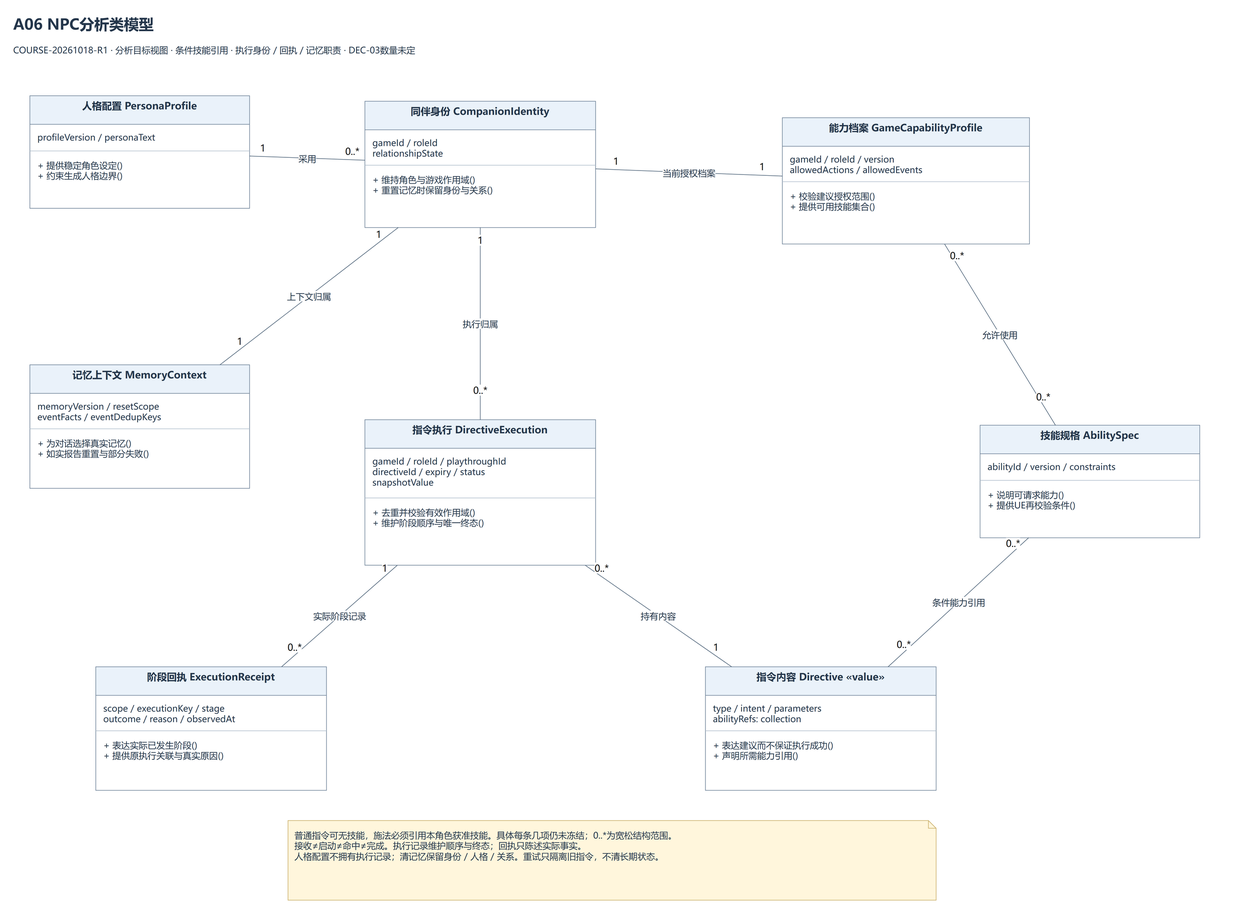
Above: Docs/UML/png/06_NPCAnalysisClasses.drawio.png in YYchainsAw/AesirWarden (draw.io), before the change. Source tidied: cells renumbered, new cells last; positions are measured from the earlier drawing's top-left corner, leaving out a move shared by most shapes.
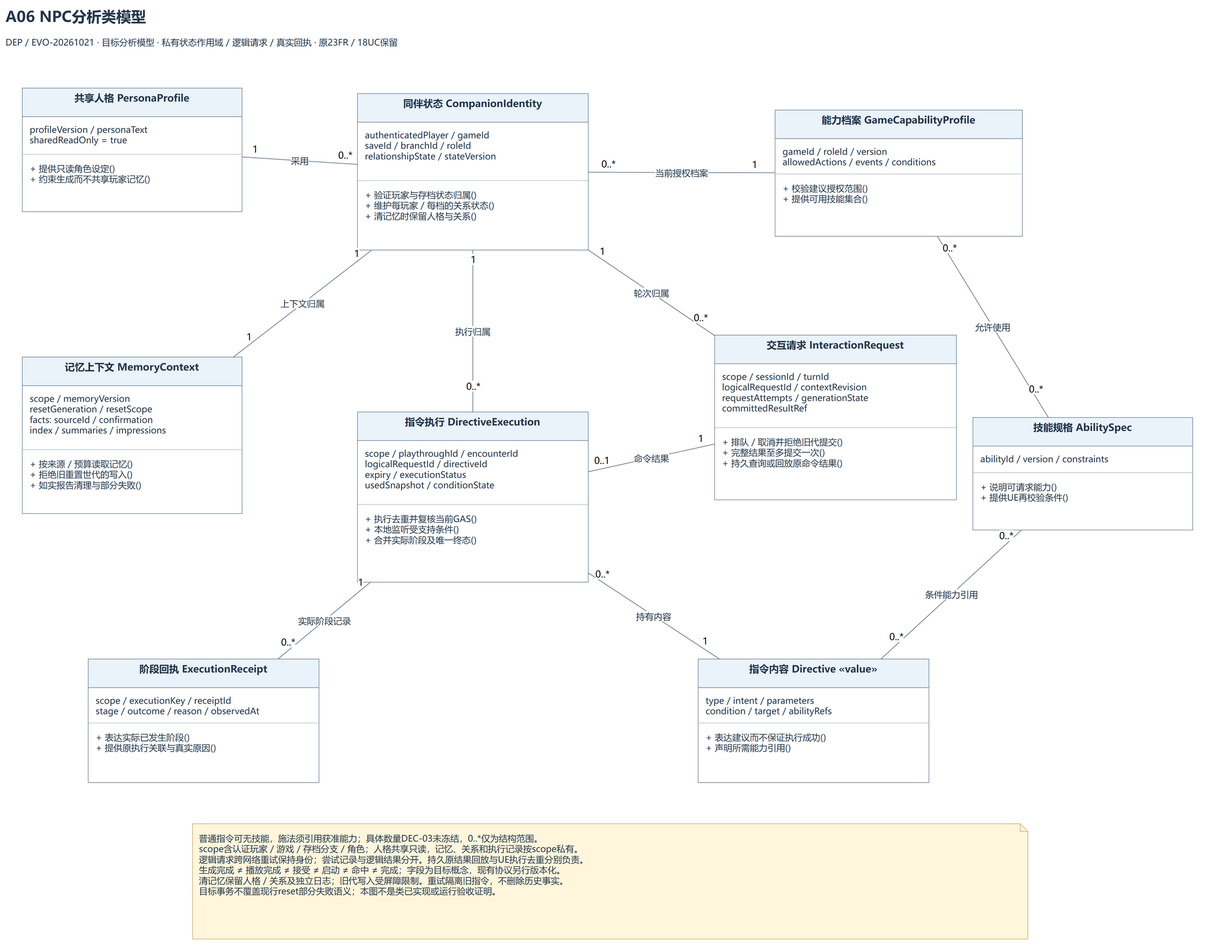
After the change.

What changed in the source:
```diff
@@ -7,28 +7,28 @@
     </mxCell>
-    <mxCell id="3" value="COURSE-20261018-R1 · 分析目标视图 · 条件技能引用 · 执行身份 / 回执 / 记忆职责 · DEC-03数量未定" style="fontFamily=Microsoft YaHei;fontSize=17;fontColor=#24364b;html=1;whiteSpace=wrap;text;strokeColor=none;fillColor=none;align=left;verticalAlign=middle;fontSize=16;fontStyle=0;spacing=0;" parent="1" vertex="1">
+    <mxCell id="3" value="DEP / EVO-20261021 · 目标分析模型 · 私有状态作用域 / 逻辑请求 / 真实回执 · 原23FR / 18UC保留" style="fontFamily=Microsoft YaHei;fontSize=17;fontColor=#24364b;html=1;whiteSpace=wrap;text;strokeColor=none;fillColor=none;align=left;verticalAlign=middle;fontSize=16;fontStyle=0;spacing=0;" parent="1" vertex="1">
       <mxGeometry y="46" width="2200" height="40" as="geometry" />
     </mxCell>
-    <mxCell id="4" value="同伴身份 CompanionIdentity" style="fontFamily=Microsoft YaHei;fontSize=17;fontColor=#24364b;html=1;whiteSpace=wrap;swimlane;startSize=52;horizontal=1;rounded=0;fillColor=#eaf2fa;swimlaneFillColor=#ffffff;strokeColor=#6b8096;align=center;verticalAlign=top;fontStyle=1;fontSize=18;" parent="1" vertex="1">
-      <mxGeometry x="640" y="160" width="420" height="230" as="geometry" />
+    <mxCell id="4" value="同伴状态 CompanionIdentity" style="fontFamily=Microsoft YaHei;fontSize=17;fontColor=#24364b;html=1;whiteSpace=wrap;swimlane;startSize=52;horizontal=1;rounded=0;fillColor=#eaf2fa;swimlaneFillColor=#ffffff;strokeColor=#6b8096;align=center;verticalAlign=top;fontStyle=1;fontSize=18;" parent="1" vertex="1">
+      <mxGeometry x="640" y="160" width="420" height="285" as="geometry" />
     </mxCell>
-    <mxCell id="5" value="gameId / roleId&lt;br&gt;relationshipState" style="fontFamily=Microsoft YaHei;fontSize=17;fontColor=#24364b;html=1;whiteSpace=wrap;text;strokeColor=none;fillColor=none;align=left;verticalAlign=top;spacingLeft=12;spacingTop=7;fontSize=16;" parent="4" vertex="1">
-      <mxGeometry y="52" width="420" height="64" as="geometry" />
+    <mxCell id="5" value="authenticatedPlayer / gameId&lt;br&gt;saveId / branchId / roleId&lt;br&gt;relationshipState / stateVersion" style="fontFamily=Microsoft YaHei;fontSize=17;fontColor=#24364b;html=1;whiteSpace=wrap;text;strokeColor=none;fillColor=none;align=left;verticalAlign=top;spacingLeft=12;spacingTop=7;fontSize=16;" parent="4" vertex="1">
+      <mxGeometry y="52" width="420" height="106" as="geometry" />
     </mxCell>
     <mxCell id="6" style="fontFamily=Microsoft YaHei;fontSize=17;fontColor=#24364b;html=1;whiteSpace=wrap;shape=line;strokeColor=#b1bfcd;" parent="4" vertex="1">
-      <mxGeometry y="116" width="420" height="1" as="geometry" />
+      <mxGeometry y="158" width="420" height="1" as="geometry" />
     </mxCell>
-    <mxCell id="7" value="+ 维持角色与游戏作用域()&lt;br&gt;+ 重置记忆时保留身份与关系()" style="fontFamily=Microsoft YaHei;fontSize=17;fontColor=#24364b;html=1;whiteSpace=wrap;text;strokeColor=none;fillColor=none;align=left;verticalAlign=top;spacingLeft=12;spacingTop=6;fontSize=16;" parent="4" vertex="1">
-      <mxGeometry y="120" width="420" height="109" as="geometry" />
+    <mxCell id="7" value="+ 验证玩家与存档状态归属()&lt;br&gt;+ 维护每玩家 / 每档的关系状态()&lt;br&gt;+ 清记忆时保留人格与关系()" style="fontFamily=Microsoft YaHei;fontSize=17;fontColor=#24364b;html=1;whiteSpace=wrap;text;strokeColor=none;fillColor=none;align=left;verticalAlign=top;spacingLeft=12;spacingTop=6;fontSize=16;" parent="4" vertex="1">
+      <mxGeometry y="162" width="420" height="122" as="geometry" />
     </mxCell>
-    <mxCell id="8" value="人格配置 PersonaProfile" style="fontFamily=Microsoft YaHei;fontSize=17;fontColor=#24364b;html=1;whiteSpace=wrap;swimlane;startSize=52;horizontal=1;rounded=0;fillColor=#eaf2fa;swimlaneFillColor=#ffffff;strokeColor=#6b8096;align=center;verticalAlign=top;fontStyle=1;fontSize=18;" parent="1" vertex="1">
-      <mxGeometry x="30" y="150" width="400" height="205" as="geometry" />
+    <mxCell id="8" value="共享人格 PersonaProfile" style="fontFamily=Microsoft YaHei;fontSize=17;fontColor=#24364b;html=1;whiteSpace=wrap;swimlane;startSize=52;horizontal=1;rounded=0;fillColor=#eaf2fa;swimlaneFillColor=#ffffff;strokeColor=#6b8096;align=center;verticalAlign=top;fontStyle=1;fontSize=18;" parent="1" vertex="1">
+      <mxGeometry x="30" y="150" width="400" height="225" as="geometry" />
     </mxCell>
-    <mxCell id="9" value="profileVersion / personaText" style="fontFamily=Microsoft YaHei;fontSize=17;fontColor=#24364b;html=1;whiteSpace=wrap;text;strokeColor=none;fillColor=none;align=left;verticalAlign=top;spacingLeft=12;spacingTop=7;fontSize=16;" parent="8" vertex="1">
-      <mxGeometry y="52" width="400" height="48" as="geometry" />
+    <mxCell id="9" value="profileVersion / personaText&lt;br&gt;sharedReadOnly = true" style="fontFamily=Microsoft YaHei;fontSize=17;fontColor=#24364b;html=1;whiteSpace=wrap;text;strokeColor=none;fillColor=none;align=left;verticalAlign=top;spacingLeft=12;spacingTop=7;fontSize=16;" parent="8" vertex="1">
+      <mxGeometry y="52" width="400" height="68" as="geometry" />
     </mxCell>
     <mxCell id="10" style="fontFamily=Microsoft YaHei;fontSize=17;fontColor=#24364b;html=1;whiteSpace=wrap;shape=line;strokeColor=#b1bfcd;" parent="8" vertex="1">
-      <mxGeometry y="100" width="400" height="1" as="geometry" />
+      <mxGeometry y="120" width="400" height="1" as="geometry" />
     </mxCell>
-    <mxCell id="11" value="+ 提供稳定角色设定()&lt;br&gt;+ 约束生成人格边界()" style="fontFamily=Microsoft YaHei;fontSize=17;fontColor=#24364b;html=1;whiteSpace=wrap;text;strokeColor=none;fillColor=none;align=left;verticalAlign=top;spacingLeft=12;spacingTop=6;fontSize=16;" parent="8" vertex="1">
-      <mxGeometry y="104" width="400" height="100" as="geometry" />
+    <mxCell id="11" value="+ 提供只读角色设定()&lt;br&gt;+ 约束生成而不共享玩家记忆()" style="fontFamily=Microsoft YaHei;fontSize=17;fontColor=#24364b;html=1;whiteSpace=wrap;text;strokeColor=none;fillColor=none;align=left;verticalAlign=top;spacingLeft=12;spacingTop=6;fontSize=16;" parent="8" vertex="1">
+      <mxGeometry y="124" width="400" height="100" as="geometry" />
     </mxCell>
@@ -37,3 +37,3 @@
     </mxCell>
-    <mxCell id="13" value="gameId / roleId / version&lt;br&gt;allowedActions / allowedEvents" style="fontFamily=Microsoft YaHei;fontSize=17;fontColor=#24364b;html=1;whiteSpace=wrap;text;strokeColor=none;fillColor=none;align=left;verticalAlign=top;spacingLeft=12;spacingTop=7;fontSize=16;" parent="12" vertex="1">
+    <mxCell id="13" value="gameId / roleId / version&lt;br&gt;allowedActions / events / conditions" style="fontFamily=Microsoft YaHei;fontSize=17;fontColor=#24364b;html=1;whiteSpace=wrap;text;strokeColor=none;fillColor=none;align=left;verticalAlign=top;spacingLeft=12;spacingTop=7;fontSize=16;" parent="12" vertex="1">
       <mxGeometry y="52" width="450" height="64" as="geometry" />
@@ -47,24 +47,24 @@
     <mxCell id="16" value="记忆上下文 MemoryContext" style="fontFamily=Microsoft YaHei;fontSize=17;fontColor=#24364b;html=1;whiteSpace=wrap;swimlane;startSize=52;horizontal=1;rounded=0;fillColor=#eaf2fa;swimlaneFillColor=#ffffff;strokeColor=#6b8096;align=center;verticalAlign=top;fontStyle=1;fontSize=18;" parent="1" vertex="1">
-      <mxGeometry x="30" y="640" width="400" height="225" as="geometry" />
+      <mxGeometry x="30" y="640" width="400" height="285" as="geometry" />
     </mxCell>
-    <mxCell id="17" value="memoryVersion / resetScope&lt;br&gt;eventFacts / eventDedupKeys" style="fontFamily=Microsoft YaHei;fontSize=17;fontColor=#24364b;html=1;whiteSpace=wrap;text;strokeColor=none;fillColor=none;align=left;verticalAlign=top;spacingLeft=12;spacingTop=7;fontSize=16;" parent="16" vertex="1">
-      <mxGeometry y="52" width="400" height="64" as="geometry" />
+    <mxCell id="17" value="scope / memoryVersion&lt;br&gt;resetGeneration / resetScope&lt;br&gt;facts: sourceId / confirmation&lt;br&gt;index / summaries / impressions" style="fontFamily=Microsoft YaHei;fontSize=17;fontColor=#24364b;html=1;whiteSpace=wrap;text;strokeColor=none;fillColor=none;align=left;verticalAlign=top;spacingLeft=12;spacingTop=7;fontSize=16;" parent="16" vertex="1">
+      <mxGeometry y="52" width="400" height="116" as="geometry" />
     </mxCell>
     <mxCell id="18" style="fontFamily=Microsoft YaHei;fontSize=17;fontColor=#24364b;html=1;whiteSpace=wrap;shape=line;strokeColor=#b1bfcd;" parent="16" vertex="1">
-      <mxGeometry y="116" width="400" height="1" as="geometry" />
+      <mxGeometry y="168" width="400" height="1" as="geometry" />
     </mxCell>
-    <mxCell id="19" value="+ 为对话选择真实记忆()&lt;br&gt;+ 如实报告重置与部分失败()" style="fontFamily=Microsoft YaHei;fontSize=17;fontColor=#24364b;html=1;whiteSpace=wrap;text;strokeColor=none;fillColor=none;align=left;verticalAlign=top;spacingLeft=12;spacingTop=6;fontSize=16;" parent="16" vertex="1">
-      <mxGeometry y="120" width="400" height="104" as="geometry" />
+    <mxCell id="19" value="+ 按来源 / 预算读取记忆()&lt;br&gt;+ 拒绝旧重置世代的写入()&lt;br&gt;+ 如实报告清理与部分失败()" style="fontFamily=Microsoft YaHei;fontSize=17;fontColor=#24364b;html=1;whiteSpace=wrap;text;strokeColor=none;fillColor=none;align=left;verticalAlign=top;spacingLeft=12;spacingTop=6;fontSize=16;" parent="16" vertex="1">
+      <mxGeometry y="172" width="400" height="112" as="geometry" />
     </mxCell>
     <mxCell id="20" value="指令执行 DirectiveExecution" style="fontFamily=Microsoft YaHei;fontSize=17;fontColor=#24364b;html=1;whiteSpace=wrap;swimlane;startSize=52;horizontal=1;rounded=0;fillColor=#eaf2fa;swimlaneFillColor=#ffffff;strokeColor=#6b8096;align=center;verticalAlign=top;fontStyle=1;fontSize=18;" parent="1" vertex="1">
-      <mxGeometry x="640" y="740" width="420" height="265" as="geometry" />
+      <mxGeometry x="640" y="740" width="420" height="310" as="geometry" />
     </mxCell>
-    <mxCell id="21" value="gameId / roleId / playthroughId&lt;br&gt;directiveId / expiry / status&lt;br&gt;snapshotValue" style="fontFamily=Microsoft YaHei;fontSize=17;fontColor=#24364b;html=1;whiteSpace=wrap;text;strokeColor=none;fillColor=none;align=left;verticalAlign=top;spacingLeft=12;spacingTop=7;fontSize=16;" parent="20" vertex="1">
-      <mxGeometry y="52" width="420" height="90" as="geometry" />
+    <mxCell id="21" value="scope / playthroughId / encounterId&lt;br&gt;logicalRequestId / directiveId&lt;br&gt;expiry / executionStatus&lt;br&gt;usedSnapshot / conditionState" style="fontFamily=Microsoft YaHei;fontSize=17;fontColor=#24364b;html=1;whiteSpace=wrap;text;strokeColor=none;fillColor=none;align=left;verticalAlign=top;spacingLeft=12;spacingTop=7;fontSize=16;" parent="20" vertex="1">
+      <mxGeometry y="52" width="420" height="116" as="geometry" />
     </mxCell>
     <mxCell id="22" style="fontFamily=Microsoft YaHei;fontSize=17;fontColor=#24364b;html=1;whiteSpace=wrap;shape=line;strokeColor=#b1bfcd;" parent="20" vertex="1">
-      <mxGeometry y="142" width="420" height="1" as="geometry" />
+      <mxGeometry y="168" width="420" height="1" as="geometry" />
     </mxCell>
-    <mxCell id="23" value="+ 去重并校验有效作用域()&lt;br&gt;+ 维护阶段顺序与唯一终态()" style="fontFamily=Microsoft YaHei;fontSize=17;fontColor=#24364b;html=1;whiteSpace=wrap;text;strokeColor=none;fillColor=none;align=left;verticalAlign=top;spacingLeft=12;spacingTop=6;fontSize=16;" parent="20" vertex="1">
-      <mxGeometry y="146" width="420" height="118" as="geometry" />
+    <mxCell id="23" value="+ 执行去重并复核当前GAS()&lt;br&gt;+ 本地监听受支持条件()&lt;br&gt;+ 合并实际阶段及唯一终态()" style="fontFamily=Microsoft YaHei;fontSize=17;fontColor=#24364b;html=1;whiteSpace=wrap;text;strokeColor=none;fillColor=none;align=left;verticalAlign=top;spacingLeft=12;spacingTop=6;fontSize=16;" parent="20" vertex="1">
+      <mxGeometry y="172" width="420" height="136" as="geometry" />
     </mxCell>
@@ -85,3 +85,3 @@
     </mxCell>
-    <mxCell id="29" value="type / intent / parameters&lt;br&gt;abilityRefs: collection" style="fontFamily=Microsoft YaHei;fontSize=17;fontColor=#24364b;html=1;whiteSpace=wrap;text;strokeColor=none;fillColor=none;align=left;verticalAlign=top;spacingLeft=12;spacingTop=7;fontSize=16;" parent="28" vertex="1">
+    <mxCell id="29" value="type / intent / parameters&lt;br&gt;condition / target / abilityRefs" style="fontFamily=Microsoft YaHei;fontSize=17;fontColor=#24364b;html=1;whiteSpace=wrap;text;strokeColor=none;fillColor=none;align=left;verticalAlign=top;spacingLeft=12;spacingTop=7;fontSize=16;" parent="28" vertex="1">
       <mxGeometry y="52" width="420" height="64" as="geometry" />
@@ -97,3 +97,3 @@
     </mxCell>
-    <mxCell id="33" value="scope / executionKey / stage&lt;br&gt;outcome / reason / observedAt" style="fontFamily=Microsoft YaHei;fontSize=17;fontColor=#24364b;html=1;whiteSpace=wrap;text;strokeColor=none;fillColor=none;align=left;verticalAlign=top;spacingLeft=12;spacingTop=7;fontSize=16;" parent="32" vertex="1">
+    <mxCell id="33" value="scope / executionKey / receiptId&lt;br&gt;stage / outcome / reason / observedAt" style="fontFamily=Microsoft YaHei;fontSize=17;fontColor=#24364b;html=1;whiteSpace=wrap;text;strokeColor=none;fillColor=none;align=left;verticalAlign=top;spacingLeft=12;spacingTop=7;fontSize=16;" parent="32" vertex="1">
       <mxGeometry y="52" width="420" height="64" as="geometry" />
@@ -122,3 +122,3 @@
     </mxCell>
-    <mxCell id="40" value="1" style="edgeLabel;html=1;align=center;verticalAlign=middle;fontSize=17;fontFamily=Microsoft YaHei;labelBackgroundColor=#ffffff;" parent="39" vertex="1">
+    <mxCell id="40" value="0..*" style="edgeLabel;html=1;align=center;verticalAlign=middle;fontSize=17;fontFamily=Microsoft YaHei;labelBackgroundColor=#ffffff;" parent="39" vertex="1">
       <mxGeometry x="-0.78" relative="1" as="geometry">
@@ -210,5 +210,43 @@
     </mxCell>
-    <mxCell id="60" value="普通指令可无技能，施法必须引用本角色获准技能。具体每条几项仍未冻结；0..*为宽松结构范围。&lt;br&gt;接收≠启动≠命中≠完成。执行记录维护顺序与终态；回执只陈述实际事实。&lt;br&gt;人格配置不拥有执行记录；清记忆保留身份 / 人格 / 关系。重试只隔离旧指令，不清长期状态。" style="fontFamily=Microsoft YaHei;fontSize=17;fontColor=#24364b;html=1;whiteSpace=wrap;shape=note;size=14;fillColor=#fff6dc;strokeColor=#c9ad64;align=left;verticalAlign=top;spacing=12;fontSize=16;" parent="1" vertex="1">
-      <mxGeometry x="500" y="1470" width="1180" height="145" as="geometry" />
+    <mxCell id="60" value="普通指令可无技能，施法须引用获准能力；具体数量DEC-03未冻结，0..*仅为结构范围。&lt;br&gt;scope含认证玩家 / 游戏 / 存档分支 / 角色；人格共享只读，记忆、关系和执行记录按scope私有。&lt;br&gt;逻辑请求跨网络重试保持身份；尝试记录与逻辑结果分开。持久原结果回放与UE执行去重分别负责。&lt;br&gt;生成完成 ≠ 播放完成 ≠ 接受 ≠ 启动 ≠ 命中 ≠ 完成；字段为目标概念，现有协议另行版本化。&lt;br&gt;清记忆保留人格 / 关系及独立日志；旧代写入受屏障限制。重试隔离旧指令，不删除历史事实。&lt;br&gt;目标事务不覆盖现行reset部分失败语义；本图不是类已实现或运行验收证明。" style="fontFamily=Microsoft YaHei;fontSize=17;fontColor=#24364b;html=1;whiteSpace=wrap;shape=note;size=14;fillColor=#fff6dc;strokeColor=#c9ad64;align=left;verticalAlign=top;spacing=12;fontSize=16;" parent="1" vertex="1">
+      <mxGeometry x="340" y="1490" width="1520" height="210" as="geometry" />
     </mxCell>
+    <mxCell id="61" value="交互请求 InteractionRequest" style="fontFamily=Microsoft YaHei;fontSize=17;fontColor=#24364b;html=1;whiteSpace=wrap;swimlane;startSize=52;horizontal=1;rounded=0;fillColor=#eaf2fa;swimlaneFillColor=#ffffff;strokeColor=#6b8096;align=center;verticalAlign=top;fontStyle=1;fontSize=18;" parent="1" vertex="1">
+      <mxGeometry x="1290" y="600" width="440" height="300" as="geometry" />
+    </mxCell>
+    <mxCell id="62" value="scope / sessionId / turnId&lt;br&gt;logicalRequestId / contextRevision&lt;br&gt;requestAttempts / generationState&lt;br&gt;committedResultRef" style="fontFamily=Microsoft YaHei;fontSize=17;fontColor=#24364b;html=1;whiteSpace=wrap;text;strokeColor=none;fillColor=none;align=left;verticalAlign=top;spacingLeft=12;spacingTop=7;fontSize=16;" parent="61" vertex="1">
+      <mxGeometry y="52" width="440" height="116" as="geometry" />
+    </mxCell>
+    <mxCell id="63" style="fontFamily=Microsoft YaHei;fontSize=17;fontColor=#24364b;html=1;whiteSpace=wrap;shape=line;strokeColor=#b1bfcd;" parent="61" vertex="1">
+      <mxGeometry y="168" width="440" height="1" as="geometry" />
+    </mxCell>
+    <mxCell id="64" value="+ 排队 / 取消并拒绝旧代提交()&lt;br&gt;+ 完整结果至多提交一次()&lt;br&gt;+ 持久查询或回放原命令结果()" style="fontFamily=Microsoft YaHei;fontSize=17;fontColor=#24364b;html=1;whiteSpace=wrap;text;strokeColor=none;fillColor=none;align=left;verticalAlign=top;spacingLeft=12;spacingTop=6;fontSize=16;" parent="61" vertex="1">
+      <mxGeometry y="172" width="440" height="126" as="geometry" />
+    </mxCell>
+    <mxCell id="65" value="轮次归属" style="html=1;fontFamily=Microsoft YaHei;fontSize=16;fontColor=#24364b;strokeColor=#4b6177;endArrow=none;rounded=0;labelBackgroundColor=#ffffff;edgeStyle=none;" parent="1" edge="1" source="4" target="61">
+      <mxGeometry relative="1" as="geometry" />
+    </mxCell>
+    <mxCell id="66" value="1" style="edgeLabel;html=1;align=center;verticalAlign=middle;fontSize=17;fontFamily=Microsoft YaHei;labelBackgroundColor=#ffffff;" parent="65" vertex="1">
+      <mxGeometry x="-0.78" relative="1" as="geometry">
+        <mxPoint y="-16" as="offset" />
+      </mxGeometry>
+    </mxCell>
+    <mxCell id="67" value="0..*" style="edgeLabel;html=1;align=center;verticalAlign=middle;fontSize=17;fontFamily=Microsoft YaHei;labelBackgroundColor=#ffffff;" parent="65" vertex="1">
+      <mxGeometry x="0.78" relative="1" as="geometry">
+        <mxPoint y="-16" as="offset" />
+      </mxGeometry>
+    </mxCell>
+    <mxCell id="68" value="命令结果" style="html=1;fontFamily=Microsoft YaHei;fontSize=16;fontColor=#24364b;strokeColor=#4b6177;endArrow=none;rounded=0;labelBackgroundColor=#ffffff;edgeStyle=none;" parent="1" edge="1" source="61" target="20">
+      <mxGeometry relative="1" as="geometry" />
+    </mxCell>
+    <mxCell id="69" value="1" style="edgeLabel;html=1;align=center;verticalAlign=middle;fontSize=17;fontFamily=Microsoft YaHei;labelBackgroundColor=#ffffff;" parent="68" vertex="1">
+      <mxGeometry x="-0.78" relative="1" as="geometry">
+        <mxPoint y="-16" as="offset" />
+      </mxGeometry>
+    </mxCell>
+    <mxCell id="70" value="0..1" style="edgeLabel;html=1;align=center;verticalAlign=middle;fontSize=17;fontFamily=Microsoft YaHei;labelBackgroundColor=#ffffff;" parent="68" vertex="1">
+      <mxGeometry x="0.78" relative="1" as="geometry">
+        <mxPoint y="-16" as="offset" />
+      </mxGeometry>
+    </mxCell>
   </root>
```
